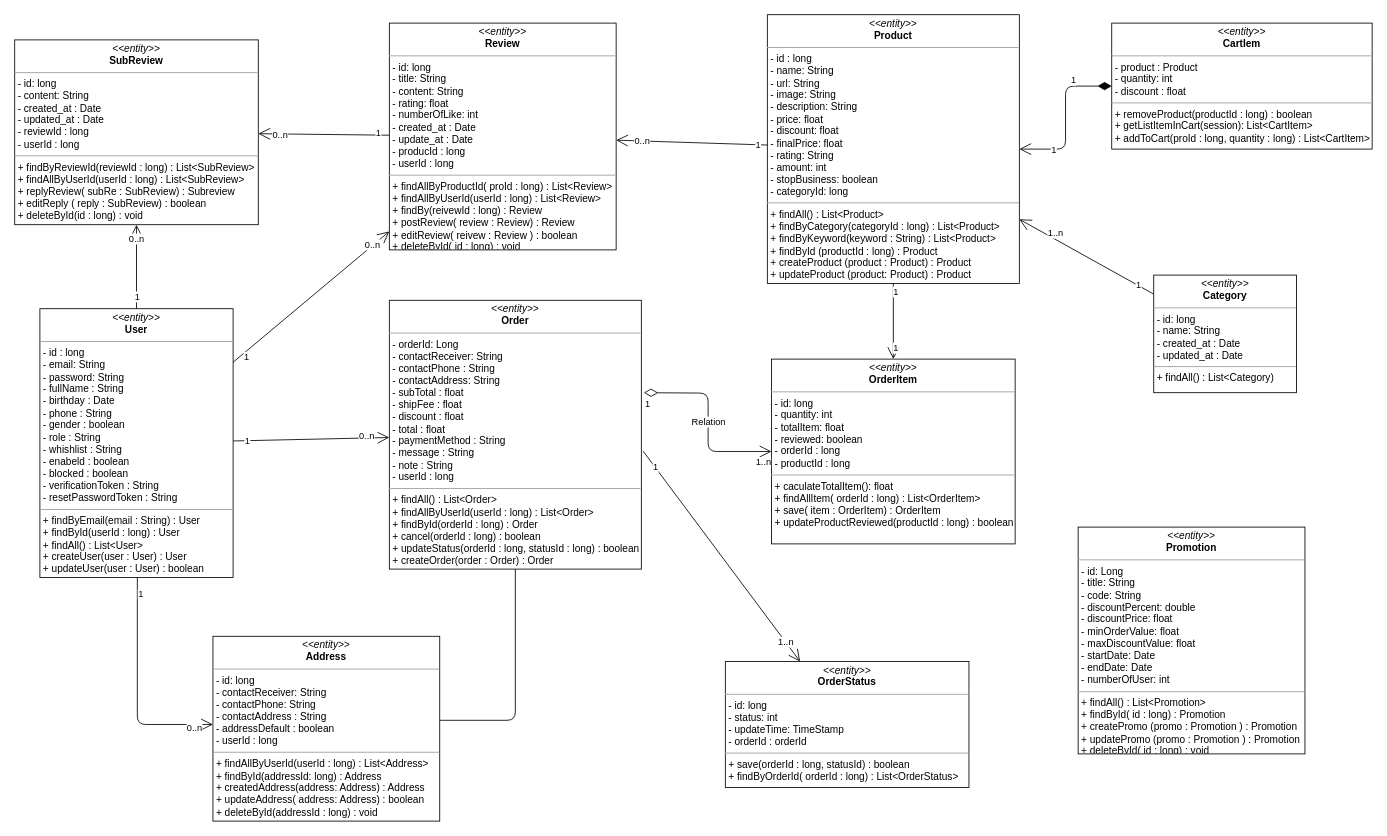
Above: class diagram/general_entity_iagram (3).drawio in nguyenphamvan/datn_20202 (draw.io), before the change. Source tidied: cells renumbered, new cells numbered last; positions are measured from the earlier drawing's top-left corner, leaving out a move shared by most shapes. Both pictures are drawn from the tidied source at 84%, with x=0, y=0 at pixel (14, 14).
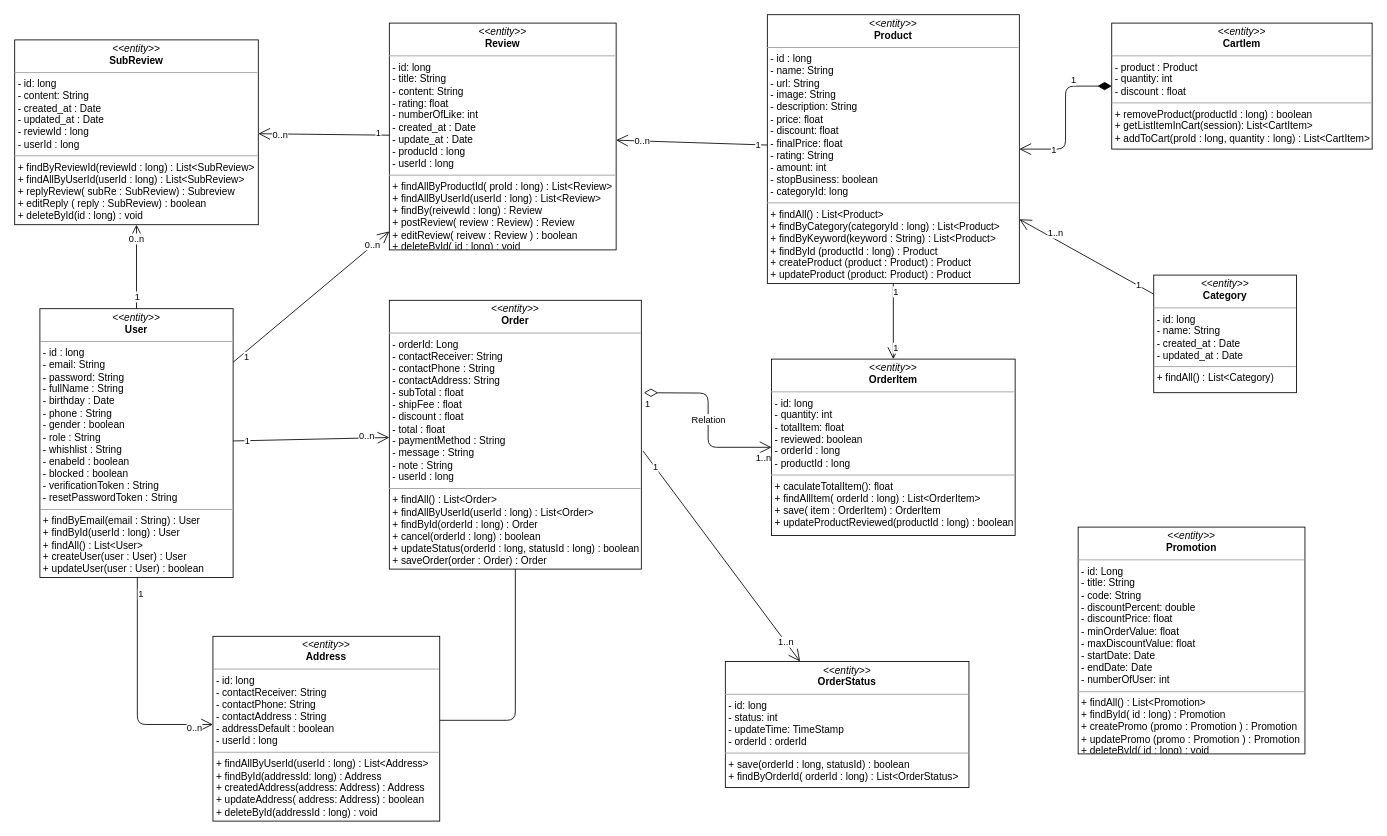
The same page after the edit.

Change to the diagram source:
```diff
@@
-    <mxCell id="5" value="&lt;p style=&quot;margin: 0px ; margin-top: 4px ; text-align: center&quot;&gt;&lt;i&gt;&amp;lt;&amp;lt;entity&amp;gt;&amp;gt;&lt;/i&gt;&lt;br&gt;&lt;b&gt;Order&lt;/b&gt;&lt;/p&gt;&lt;hr size=&quot;1&quot;&gt;&lt;p style=&quot;margin: 0px ; margin-left: 4px&quot;&gt;- orderId: Long&lt;/p&gt;&lt;p style=&quot;margin: 0px 0px 0px 4px&quot;&gt;- contactReceiver: String&lt;/p&gt;&lt;p style=&quot;margin: 0px 0px 0px 4px&quot;&gt;- contactPhone : String&lt;/p&gt;&lt;p style=&quot;margin: 0px 0px 0px 4px&quot;&gt;- contactAddress: String&lt;/p&gt;&lt;p style=&quot;margin: 0px 0px 0px 4px&quot;&gt;- subTotal : float&lt;/p&gt;&lt;p style=&quot;margin: 0px 0px 0px 4px&quot;&gt;- shipFee : float&lt;/p&gt;&lt;p style=&quot;margin: 0px 0px 0px 4px&quot;&gt;- discount : float&lt;/p&gt;&lt;p style=&quot;margin: 0px 0px 0px 4px&quot;&gt;- total : float&lt;/p&gt;&lt;p style=&quot;margin: 0px 0px 0px 4px&quot;&gt;&lt;span&gt;- paymentMethod : String&lt;/span&gt;&lt;br&gt;&lt;/p&gt;&lt;p style=&quot;margin: 0px 0px 0px 4px&quot;&gt;- message : String&lt;/p&gt;&lt;p style=&quot;margin: 0px 0px 0px 4px&quot;&gt;- note : String&lt;/p&gt;&lt;p style=&quot;margin: 0px 0px 0px 4px&quot;&gt;- userId : long&lt;/p&gt;&lt;hr size=&quot;1&quot;&gt;&lt;p style=&quot;margin: 0px 0px 0px 4px&quot;&gt;+ findAll() : List&amp;lt;Order&amp;gt;&lt;/p&gt;&lt;p style=&quot;margin: 0px 0px 0px 4px&quot;&gt;+ findAllByUserId(userId : long) : List&amp;lt;Order&amp;gt;&lt;/p&gt;&lt;p style=&quot;margin: 0px 0px 0px 4px&quot;&gt;+ findById(orderId : long) : Order&lt;br&gt;&lt;/p&gt;&lt;p style=&quot;margin: 0px 0px 0px 4px&quot;&gt;+ cancel(orderId : long) : boolean&lt;br&gt;&lt;/p&gt;&lt;p style=&quot;margin: 0px 0px 0px 4px&quot;&gt;+ updateStatus(orderId : long, statusId : long) : boolean&lt;/p&gt;&lt;p style=&quot;margin: 0px 0px 0px 4px&quot;&gt;+ createOrder(order : Order) : Order&lt;/p&gt;" style="verticalAlign=top;align=left;overflow=fill;fontSize=12;fontFamily=Helvetica;html=1;" parent="1" vertex="1">
+    <mxCell id="5" value="&lt;p style=&quot;margin: 0px ; margin-top: 4px ; text-align: center&quot;&gt;&lt;i&gt;&amp;lt;&amp;lt;entity&amp;gt;&amp;gt;&lt;/i&gt;&lt;br&gt;&lt;b&gt;Order&lt;/b&gt;&lt;/p&gt;&lt;hr size=&quot;1&quot;&gt;&lt;p style=&quot;margin: 0px ; margin-left: 4px&quot;&gt;- orderId: Long&lt;/p&gt;&lt;p style=&quot;margin: 0px 0px 0px 4px&quot;&gt;- contactReceiver: String&lt;/p&gt;&lt;p style=&quot;margin: 0px 0px 0px 4px&quot;&gt;- contactPhone : String&lt;/p&gt;&lt;p style=&quot;margin: 0px 0px 0px 4px&quot;&gt;- contactAddress: String&lt;/p&gt;&lt;p style=&quot;margin: 0px 0px 0px 4px&quot;&gt;- subTotal : float&lt;/p&gt;&lt;p style=&quot;margin: 0px 0px 0px 4px&quot;&gt;- shipFee : float&lt;/p&gt;&lt;p style=&quot;margin: 0px 0px 0px 4px&quot;&gt;- discount : float&lt;/p&gt;&lt;p style=&quot;margin: 0px 0px 0px 4px&quot;&gt;- total : float&lt;/p&gt;&lt;p style=&quot;margin: 0px 0px 0px 4px&quot;&gt;&lt;span&gt;- paymentMethod : String&lt;/span&gt;&lt;br&gt;&lt;/p&gt;&lt;p style=&quot;margin: 0px 0px 0px 4px&quot;&gt;- message : String&lt;/p&gt;&lt;p style=&quot;margin: 0px 0px 0px 4px&quot;&gt;- note : String&lt;/p&gt;&lt;p style=&quot;margin: 0px 0px 0px 4px&quot;&gt;- userId : long&lt;/p&gt;&lt;hr size=&quot;1&quot;&gt;&lt;p style=&quot;margin: 0px 0px 0px 4px&quot;&gt;+ findAll() : List&amp;lt;Order&amp;gt;&lt;/p&gt;&lt;p style=&quot;margin: 0px 0px 0px 4px&quot;&gt;+ findAllByUserId(userId : long) : List&amp;lt;Order&amp;gt;&lt;/p&gt;&lt;p style=&quot;margin: 0px 0px 0px 4px&quot;&gt;+ findById(orderId : long) : Order&lt;br&gt;&lt;/p&gt;&lt;p style=&quot;margin: 0px 0px 0px 4px&quot;&gt;+ cancel(orderId : long) : boolean&lt;br&gt;&lt;/p&gt;&lt;p style=&quot;margin: 0px 0px 0px 4px&quot;&gt;+ updateStatus(orderId : long, statusId : long) : boolean&lt;/p&gt;&lt;p style=&quot;margin: 0px 0px 0px 4px&quot;&gt;+ saveOrder(order : Order) : Order&lt;/p&gt;" style="verticalAlign=top;align=left;overflow=fill;fontSize=12;fontFamily=Helvetica;html=1;" parent="1" vertex="1">
       <mxGeometry x="446" y="340" width="300" height="320" as="geometry" />
     </mxCell>
@@
     <mxCell id="11" value="&lt;p style=&quot;margin: 0px ; margin-top: 4px ; text-align: center&quot;&gt;&lt;i&gt;&amp;lt;&amp;lt;entity&amp;gt;&amp;gt;&lt;/i&gt;&lt;br&gt;&lt;b&gt;OrderItem&lt;/b&gt;&lt;/p&gt;&lt;hr size=&quot;1&quot;&gt;&lt;p style=&quot;margin: 0px ; margin-left: 4px&quot;&gt;- id: long&lt;/p&gt;&lt;p style=&quot;margin: 0px ; margin-left: 4px&quot;&gt;- quantity: int&lt;br&gt;&lt;/p&gt;&lt;p style=&quot;margin: 0px ; margin-left: 4px&quot;&gt;- totalItem: float&lt;/p&gt;&lt;p style=&quot;margin: 0px ; margin-left: 4px&quot;&gt;- reviewed: boolean&lt;/p&gt;&lt;p style=&quot;margin: 0px ; margin-left: 4px&quot;&gt;- orderId : long&lt;/p&gt;&lt;p style=&quot;margin: 0px ; margin-left: 4px&quot;&gt;- productId : long&lt;/p&gt;&lt;hr size=&quot;1&quot;&gt;&lt;p style=&quot;margin: 0px 0px 0px 4px&quot;&gt;+ caculateTotalItem(): float&lt;br&gt;&lt;/p&gt;&lt;p style=&quot;margin: 0px 0px 0px 4px&quot;&gt;+ findAllItem( orderId : long) : List&amp;lt;OrderItem&amp;gt;&lt;br&gt;&lt;/p&gt;&lt;p style=&quot;margin: 0px 0px 0px 4px&quot;&gt;+ save( item : OrderItem) : OrderItem&lt;/p&gt;&lt;p style=&quot;margin: 0px 0px 0px 4px&quot;&gt;+ updateProductReviewed(productId : long) : boolean&lt;/p&gt;" style="verticalAlign=top;align=left;overflow=fill;fontSize=12;fontFamily=Helvetica;html=1;" parent="1" vertex="1">
-      <mxGeometry x="901" y="410" width="290" height="220" as="geometry" />
+      <mxGeometry x="901" y="410" width="290" height="210" as="geometry" />
     </mxCell>
```
